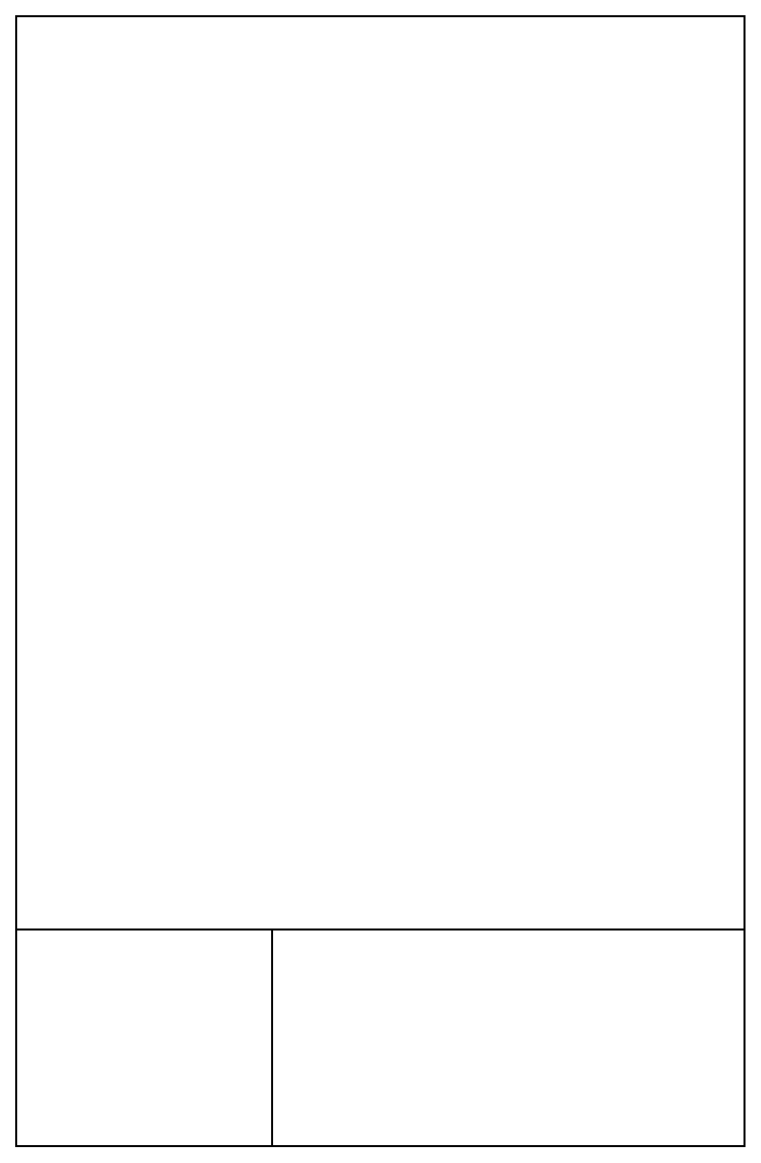
This is A4frame.drawio from flea3/draw, a draw.io file, before an edit. Source tidied: cells renumbered, new cells numbered last; positions are measured from the earlier drawing's top-left corner, leaving out a move shared by most shapes. Both pictures are drawn from the tidied source at 100%, with x=0, y=0 at pixel (16, 16).
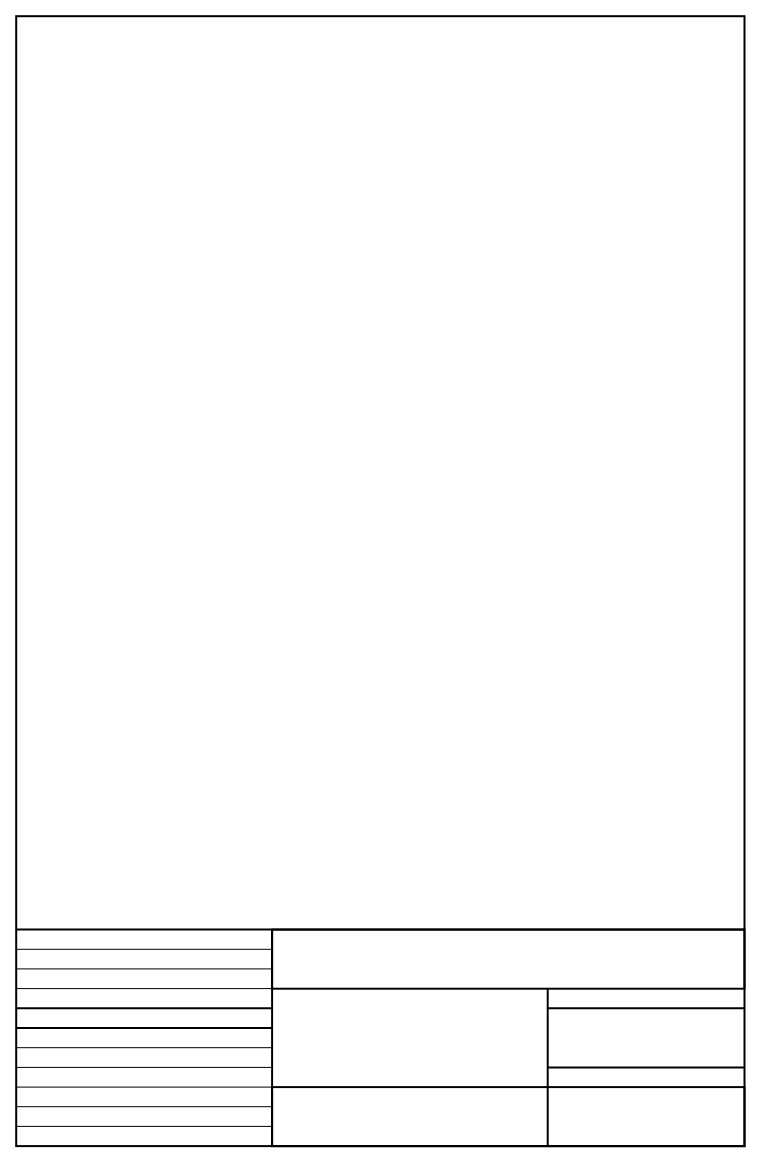
Above is the later version.

What changed in the source:
```diff
@@
+    <mxCell id="5" style="rounded=0;whiteSpace=wrap;html=1;strokeWidth=1.9685;fillColor=none;" parent="1" vertex="1">
+      <mxGeometry x="255.6" y="913.1" width="472.4" height="59.1" as="geometry" />
+    </mxCell>
+    <mxCell id="6" style="rounded=0;whiteSpace=wrap;html=1;fillColor=none;strokeWidth=1.9685;" parent="1" vertex="1">
+      <mxGeometry x="255.6" y="1070.6" width="472.4" height="59.1" as="geometry" />
+    </mxCell>
+    <mxCell id="7" style="endArrow=none;html=1;rounded=0;" parent="1" edge="1">
+      <mxGeometry relative="1" as="geometry">
+        <mxPoint x="-0.3" y="932.8" as="sourcePoint" />
+        <mxPoint x="255.6" y="932.8" as="targetPoint" />
+      </mxGeometry>
+    </mxCell>
+    <mxCell id="8" style="endArrow=none;html=1;rounded=0;" parent="1" edge="1">
+      <mxGeometry relative="1" as="geometry">
+        <mxPoint x="-0.3" y="952.4" as="sourcePoint" />
+        <mxPoint x="255.6" y="952.4" as="targetPoint" />
+      </mxGeometry>
+    </mxCell>
+    <mxCell id="9" style="endArrow=none;html=1;rounded=0;" parent="1" edge="1">
+      <mxGeometry relative="1" as="geometry">
+        <mxPoint x="-0.3" y="972.1" as="sourcePoint" />
+        <mxPoint x="255.6" y="972.1" as="targetPoint" />
+      </mxGeometry>
+    </mxCell>
+    <mxCell id="10" style="endArrow=none;html=1;rounded=0;strokeWidth=1.9685;endSize=5.9055;" parent="1" edge="1">
+      <mxGeometry relative="1" as="geometry">
+        <mxPoint x="-0.3" y="991.8" as="sourcePoint" />
+        <mxPoint x="255.6" y="991.8" as="targetPoint" />
+      </mxGeometry>
+    </mxCell>
+    <mxCell id="11" style="endArrow=none;html=1;rounded=0;strokeWidth=1.9685;endSize=5.9055;" parent="1" edge="1">
+      <mxGeometry relative="1" as="geometry">
+        <mxPoint x="-0.3" y="1011.5" as="sourcePoint" />
+        <mxPoint x="255.6" y="1011.5" as="targetPoint" />
+      </mxGeometry>
+    </mxCell>
+    <mxCell id="12" style="endArrow=none;html=1;rounded=0;" parent="1" edge="1">
+      <mxGeometry relative="1" as="geometry">
+        <mxPoint x="-0.3" y="1031.2" as="sourcePoint" />
+        <mxPoint x="255.6" y="1031.2" as="targetPoint" />
+      </mxGeometry>
+    </mxCell>
+    <mxCell id="13" style="endArrow=none;html=1;rounded=0;" parent="1" edge="1">
+      <mxGeometry relative="1" as="geometry">
+        <mxPoint x="-0.3" y="1050.9" as="sourcePoint" />
+        <mxPoint x="255.6" y="1050.9" as="targetPoint" />
+      </mxGeometry>
+    </mxCell>
+    <mxCell id="14" style="endArrow=none;html=1;rounded=0;" parent="1" edge="1">
+      <mxGeometry relative="1" as="geometry">
+        <mxPoint x="-0.3" y="1070.6" as="sourcePoint" />
+        <mxPoint x="255.6" y="1070.6" as="targetPoint" />
+      </mxGeometry>
+    </mxCell>
+    <mxCell id="15" style="endArrow=none;html=1;rounded=0;" parent="1" edge="1">
+      <mxGeometry relative="1" as="geometry">
+        <mxPoint x="-0.3" y="1090.2" as="sourcePoint" />
+        <mxPoint x="255.6" y="1090.2" as="targetPoint" />
+      </mxGeometry>
+    </mxCell>
+    <mxCell id="16" style="endArrow=none;html=1;rounded=0;" parent="1" edge="1">
+      <mxGeometry relative="1" as="geometry">
+        <mxPoint x="-0.3" y="1109.9" as="sourcePoint" />
+        <mxPoint x="255.6" y="1109.9" as="targetPoint" />
+      </mxGeometry>
+    </mxCell>
+    <mxCell id="17" style="endArrow=none;html=1;rounded=0;strokeWidth=1.9685;" parent="1" edge="1">
+      <mxGeometry relative="1" as="geometry">
+        <mxPoint x="531.2" y="1129.6" as="sourcePoint" />
+        <mxPoint x="531.2" y="972.1" as="targetPoint" />
+      </mxGeometry>
+    </mxCell>
+    <mxCell id="18" style="endArrow=none;html=1;rounded=0;strokeWidth=1.9685;endSize=5.9055;" parent="1" edge="1">
+      <mxGeometry relative="1" as="geometry">
+        <mxPoint x="531.2" y="991.8" as="sourcePoint" />
+        <mxPoint x="728.1" y="991.8" as="targetPoint" />
+      </mxGeometry>
+    </mxCell>
+    <mxCell id="19" style="endArrow=none;html=1;rounded=0;strokeWidth=1.9685;endSize=5.9055;" parent="1" edge="1">
+      <mxGeometry relative="1" as="geometry">
+        <mxPoint x="531.2" y="1050.9" as="sourcePoint" />
+        <mxPoint x="728.1" y="1050.9" as="targetPoint" />
+      </mxGeometry>
+    </mxCell>
```
